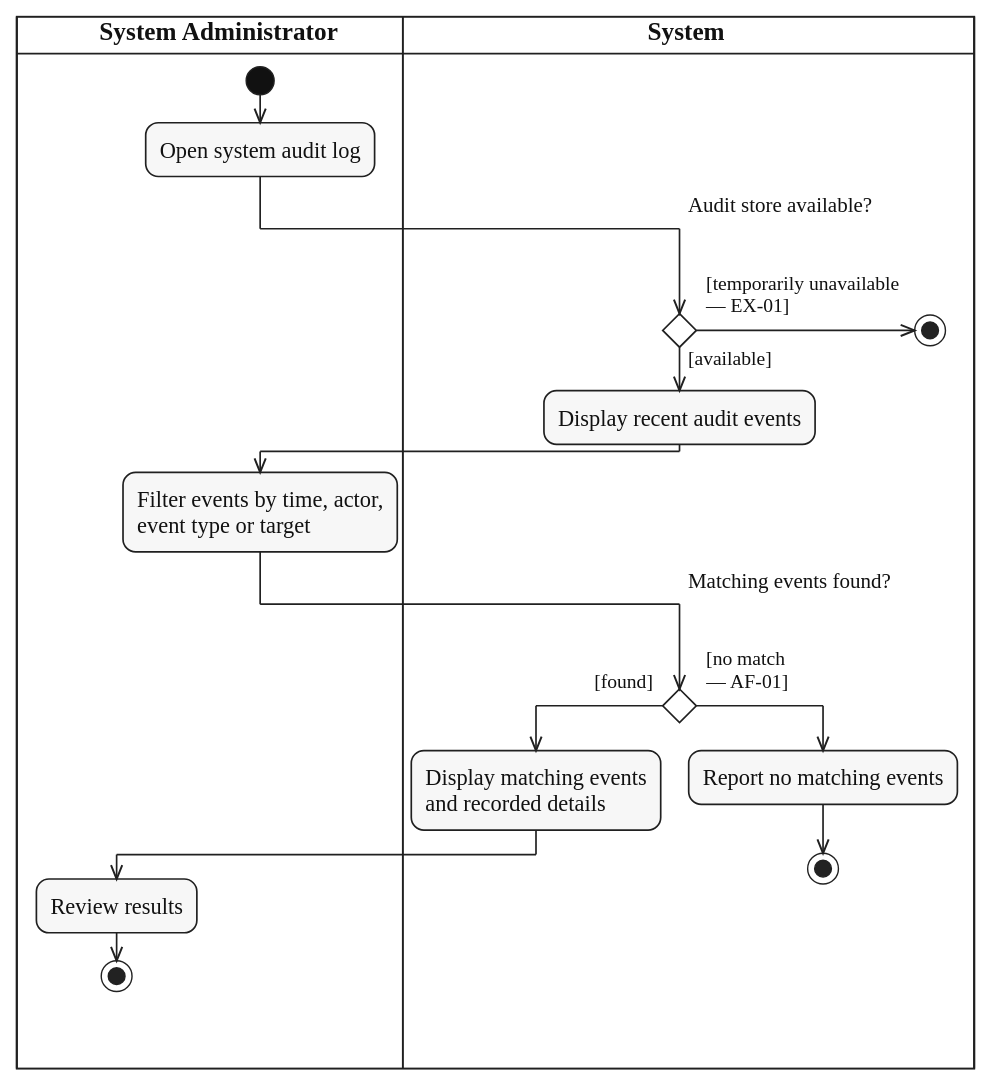
Earlier version of the PlantUML export diagrams/activity/system-administration/svg/UC-SYSTEM-AUDIT-LOG-REVIEW.svg (lukenab/swd392-doc-automation). Its source is kept beside it as diagrams/activity/system-administration/source/UC-SYSTEM-AUDIT-LOG-REVIEW.puml.
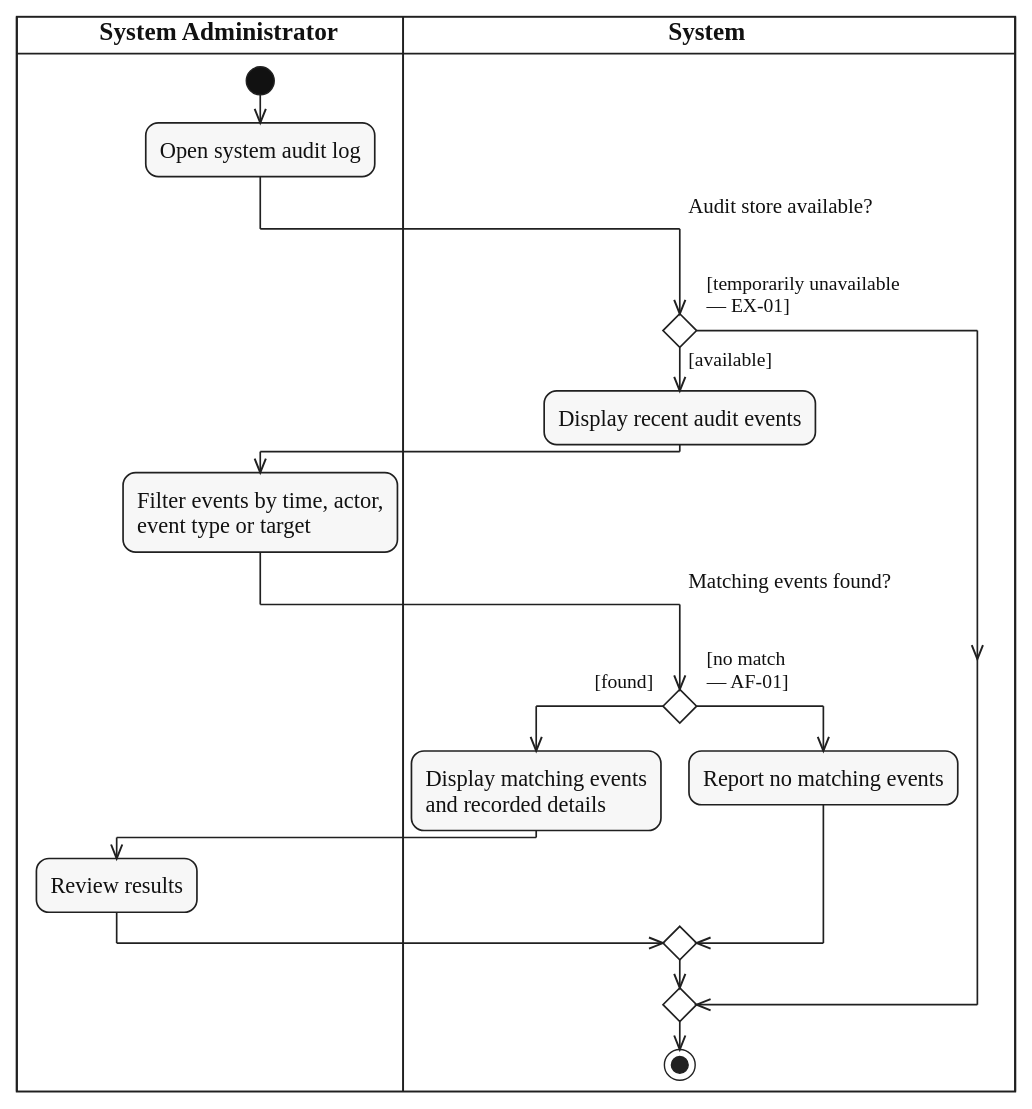
After the change.

Commit message:
docs(activity): use a single activity final in system-administration diagrams

Diff of the diagram source:
```diff
@@ -18,14 +18,12 @@
     and recorded details;
     |ADM|
     :Review results;
-    stop
   else ($guard_right("[no match", "— AF-01]"))
     |SYS|
     :Report no matching events;
-    stop
   endif
 else ($guard_right("[temporarily unavailable", "— EX-01]"))
-  |SYS|
-  stop
 endif
+|SYS|
+stop
 @enduml
```
